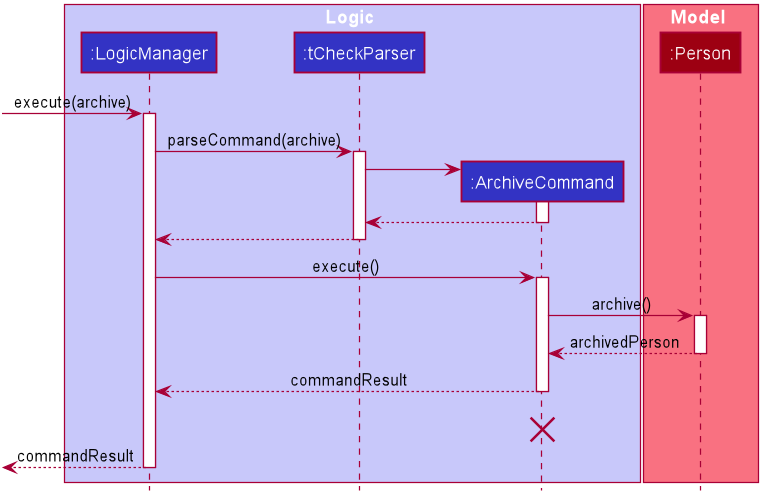
This is docs/images/ArchiveSequenceDiagram.png from nus-cs2103-AY2021S1/tp, a PlantUML export, as it was before one commit. Its source is kept beside it as docs/diagrams/ArchiveSequenceDiagram.puml. Its diagram source:
```plantuml
@startuml
!include style.puml

box Logic LOGIC_COLOR_T1
participant ":LogicManager" as LogicManager LOGIC_COLOR
participant ":tCheckParser" as tCheckParser LOGIC_COLOR
participant ":ArchiveCommand" as ArchiveCommand LOGIC_COLOR
end box

box Model MODEL_COLOR_T1
participant ":Person" as Person MODEL_COLOR
end box
[-> LogicManager : execute(archive)
activate LogicManager

LogicManager -> tCheckParser : parseCommand(archive)
activate tCheckParser

create ArchiveCommand
tCheckParser -> ArchiveCommand
activate ArchiveCommand

ArchiveCommand --> tCheckParser
deactivate ArchiveCommand

tCheckParser --> LogicManager :
deactivate tCheckParser

LogicManager -> ArchiveCommand : execute()
activate ArchiveCommand

ArchiveCommand -> Person : archive()
activate Person

Person --> ArchiveCommand :archivedPerson
deactivate Person

ArchiveCommand --> LogicManager :commandResult
deactivate ArchiveCommand

ArchiveCommand -[hidden]-> LogicManager : result
destroy ArchiveCommand

[<--LogicManager : commandResult
deactivate LogicManager
@enduml
```
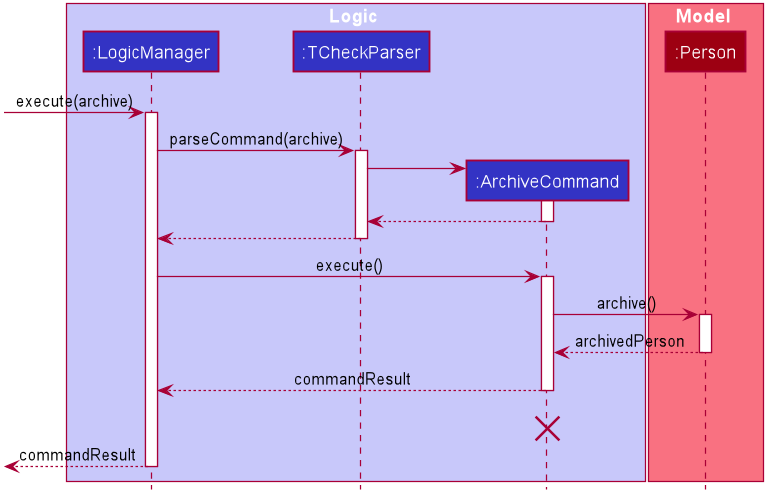
After the change.

Commit message:
Update diagrams with name "TCheckParser".

What changed in the source:
```diff
@@ -3,7 +3,7 @@
 
 box Logic LOGIC_COLOR_T1
 participant ":LogicManager" as LogicManager LOGIC_COLOR
-participant ":tCheckParser" as tCheckParser LOGIC_COLOR
+participant ":TCheckParser" as TCheckParser LOGIC_COLOR
 participant ":ArchiveCommand" as ArchiveCommand LOGIC_COLOR
 end box
 
@@ -13,18 +13,18 @@
 [-> LogicManager : execute(archive)
 activate LogicManager
 
-LogicManager -> tCheckParser : parseCommand(archive)
-activate tCheckParser
+LogicManager -> TCheckParser : parseCommand(archive)
+activate TCheckParser
 
 create ArchiveCommand
-tCheckParser -> ArchiveCommand
+TCheckParser -> ArchiveCommand
 activate ArchiveCommand
 
-ArchiveCommand --> tCheckParser
+ArchiveCommand --> TCheckParser
 deactivate ArchiveCommand
 
-tCheckParser --> LogicManager :
-deactivate tCheckParser
+TCheckParser --> LogicManager :
+deactivate TCheckParser
 
 LogicManager -> ArchiveCommand : execute()
 activate ArchiveCommand
```
